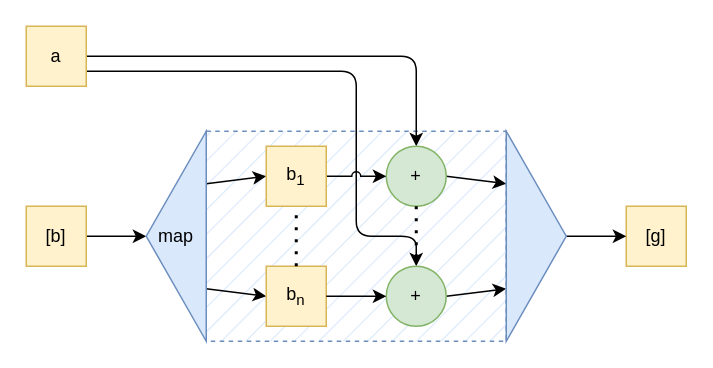
Galactic-Cat/thesis keeps this draw.io diagram as paper/diagrams/map_example.drawio. Above is the earlier version. Source tidied: cells renumbered, new cells numbered last; positions are measured from the earlier drawing's top-left corner, leaving out a move shared by most shapes. Both pictures are drawn from the tidied source at 150%, with x=0, y=0 at pixel (26, 26).
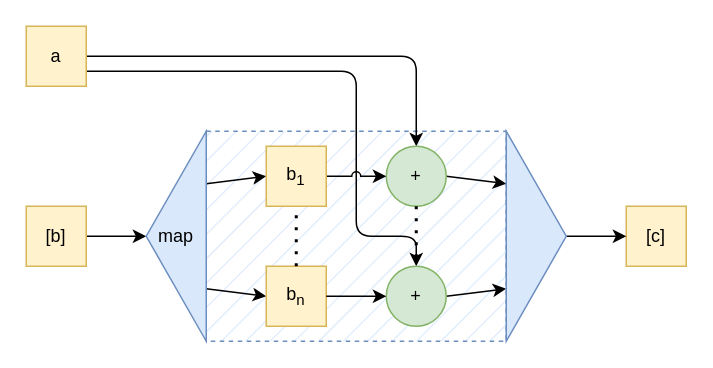
Above is the later version.

The edit, as a diff of the source:
```diff
@@
-    <mxCell id="3" value="[g]" style="rounded=0;whiteSpace=wrap;html=1;fillColor=#fff2cc;strokeColor=#d6b656;" parent="1" vertex="1">
+    <mxCell id="3" value="[c]" style="rounded=0;whiteSpace=wrap;html=1;fillColor=#fff2cc;strokeColor=#d6b656;" parent="1" vertex="1">
       <mxGeometry x="400" y="120" width="40" height="40" as="geometry" />
     </mxCell>
```
